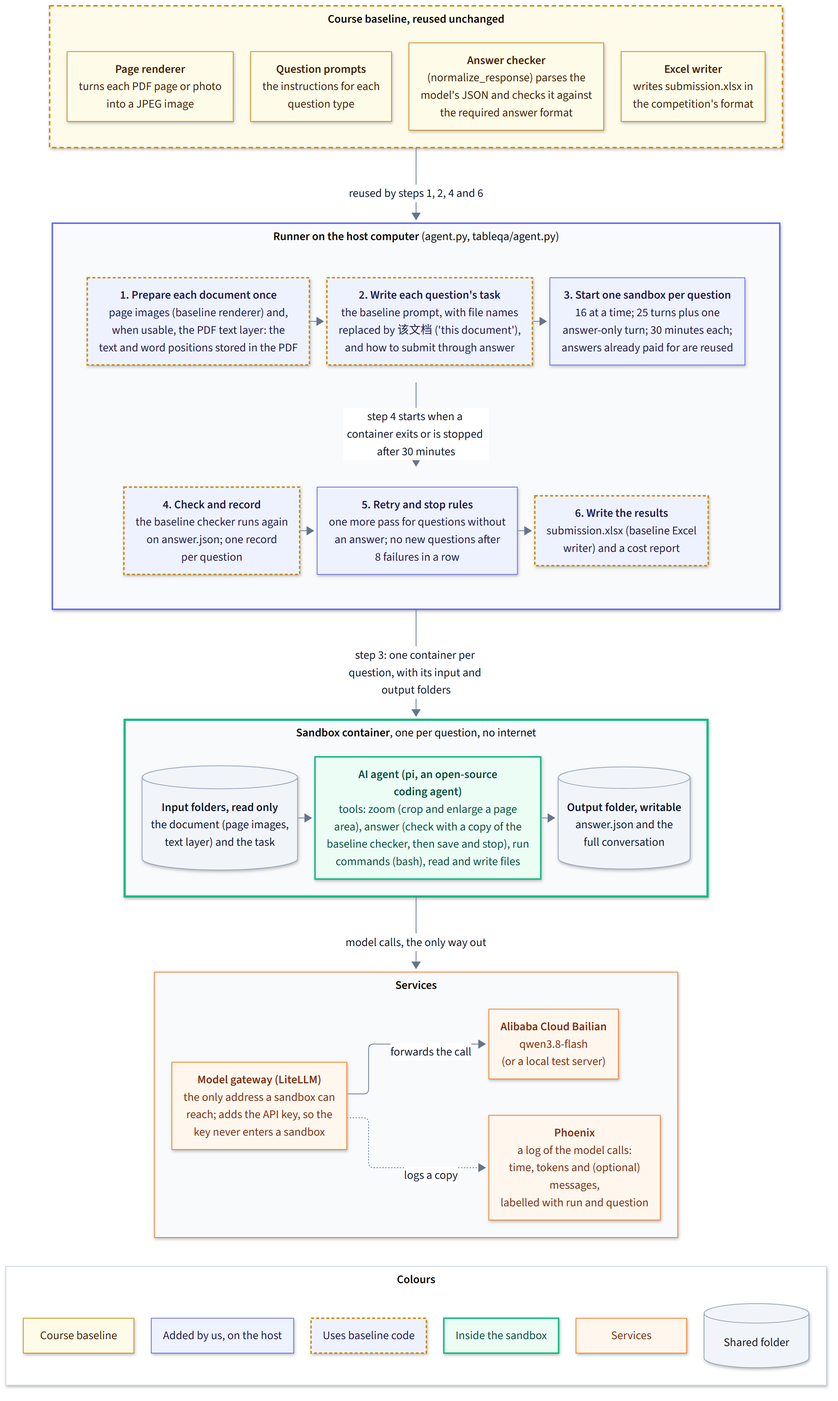
This is docs/diagrams/architecture.png from eric15342335/AIFep-FDU.github.io, a Mermaid export, as it was before one commit. Its source is kept beside it as docs/diagrams/architecture.mmd.
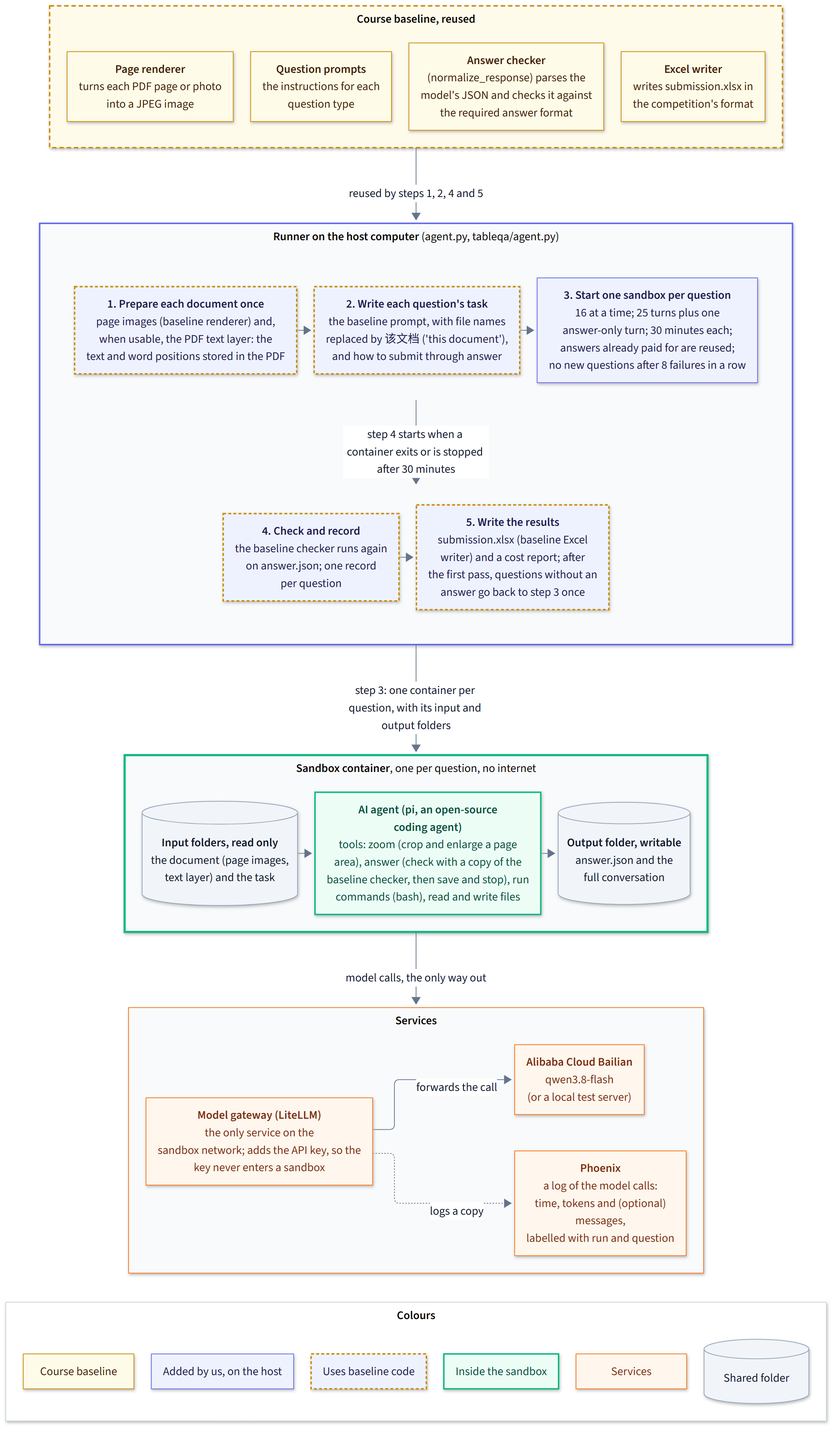
Above is the later version.

What changed in the source:
```diff
@@ -1,6 +1,6 @@
 %%{init: {"theme": "base", "themeVariables": {"fontSize": "16px", "lineColor": "#64748b", "primaryTextColor": "#0f172a", "edgeLabelBackground": "#ffffff"}, "flowchart": {"nodeSpacing": 26, "rankSpacing": 44, "padding": 14, "wrappingWidth": 280, "subGraphTitleMargin": {"top": 6, "bottom": 16}}}}%%
 flowchart TB
-    subgraph BASE["<b>Course baseline, reused unchanged</b>"]
+    subgraph BASE["<b>Course baseline, reused</b>"]
         direction LR
         render["<b>Page renderer</b><br/>turns each PDF page or photo<br/>into a JPEG image"]
         prompts["<b>Question prompts</b><br/>the instructions for each<br/>question type"]
@@ -15,15 +15,14 @@
             direction LR
             prep["<b>1. Prepare each document once</b><br/>page images (baseline renderer) and,<br/>when usable, the PDF text layer: the<br/>text and word positions stored in the PDF"]
             task["<b>2. Write each question's task</b><br/>the baseline prompt, with file names<br/>replaced by 该文档 ('this document'),<br/>and how to submit through answer"]
-            start["<b>3. Start one sandbox per question</b><br/>16 at a time; 25 turns plus one<br/>answer-only turn; 30 minutes each;<br/>answers already paid for are reused"]
+            start["<b>3. Start one sandbox per question</b><br/>16 at a time; 25 turns plus one<br/>answer-only turn; 30 minutes each;<br/>answers already paid for are reused;<br/>no new questions after 8 failures in a row"]
             prep --> task --> start
         end
         subgraph ROW2[" "]
             direction LR
             check["<b>4. Check and record</b><br/>the baseline checker runs again<br/>on answer.json; one record<br/>per question"]
-            retry["<b>5. Retry and stop rules</b><br/>one more pass for questions without<br/>an answer; no new questions after<br/>8 failures in a row"]
-            out["<b>6. Write the results</b><br/>submission.xlsx (baseline Excel<br/>writer) and a cost report"]
-            check --> retry --> out
+            out["<b>5. Write the results</b><br/>submission.xlsx (baseline Excel<br/>writer) and a cost report; after<br/>the first pass, questions without an<br/>answer go back to step 3 once"]
+            check --> out
         end
         ROW1 -- "step 4 starts when a container exits or is stopped after 30 minutes" --> ROW2
     end
@@ -38,7 +37,7 @@
 
     subgraph SVC["<b>Services</b>"]
         direction LR
-        gw["<b>Model gateway (LiteLLM)</b><br/>the only address a sandbox can<br/>reach; adds the API key, so the<br/>key never enters a sandbox"]
+        gw["<b>Model gateway (LiteLLM)</b><br/>the only service on the<br/>sandbox network; adds the API key, so the<br/>key never enters a sandbox"]
         model["<b>Alibaba Cloud Bailian</b><br/>qwen3.8-flash<br/>(or a local test server)"]
         trace["<b>Phoenix</b><br/>a log of the model calls:<br/>time, tokens and (optional)<br/>messages,<br/>labelled with run and question"]
         gw -- "forwards the call" --> model
@@ -50,7 +49,7 @@
         k1["Course baseline"] ~~~ k2["Added by us, on the host"] ~~~ k4["Uses baseline code"] ~~~ k3["Inside the sandbox"] ~~~ k5["Services"] ~~~ k6[("Shared folder")]
     end
 
-    BASE -- "reused by steps 1, 2, 4 and 6" --> HOST
+    BASE -- "reused by steps 1, 2, 4 and 5" --> HOST
     HOST -- "step 3: one container per question, with its input and output folders" --> BOX
     BOX -- "model calls, the only way out" --> SVC
     SVC ~~~ KEY
@@ -62,7 +61,7 @@
     classDef folder fill:#f1f5f9,stroke:#94a3b8,color:#0f172a
     classDef ext fill:#fff7ed,stroke:#f97316,color:#7c2d12
     class render,prompts,checker,writer,k1 base
-    class start,retry,k2 host
+    class start,k2 host
     class prep,task,check,out,k4 usesBase
     class agent,k3 box
     class input,output,k6 folder
```
